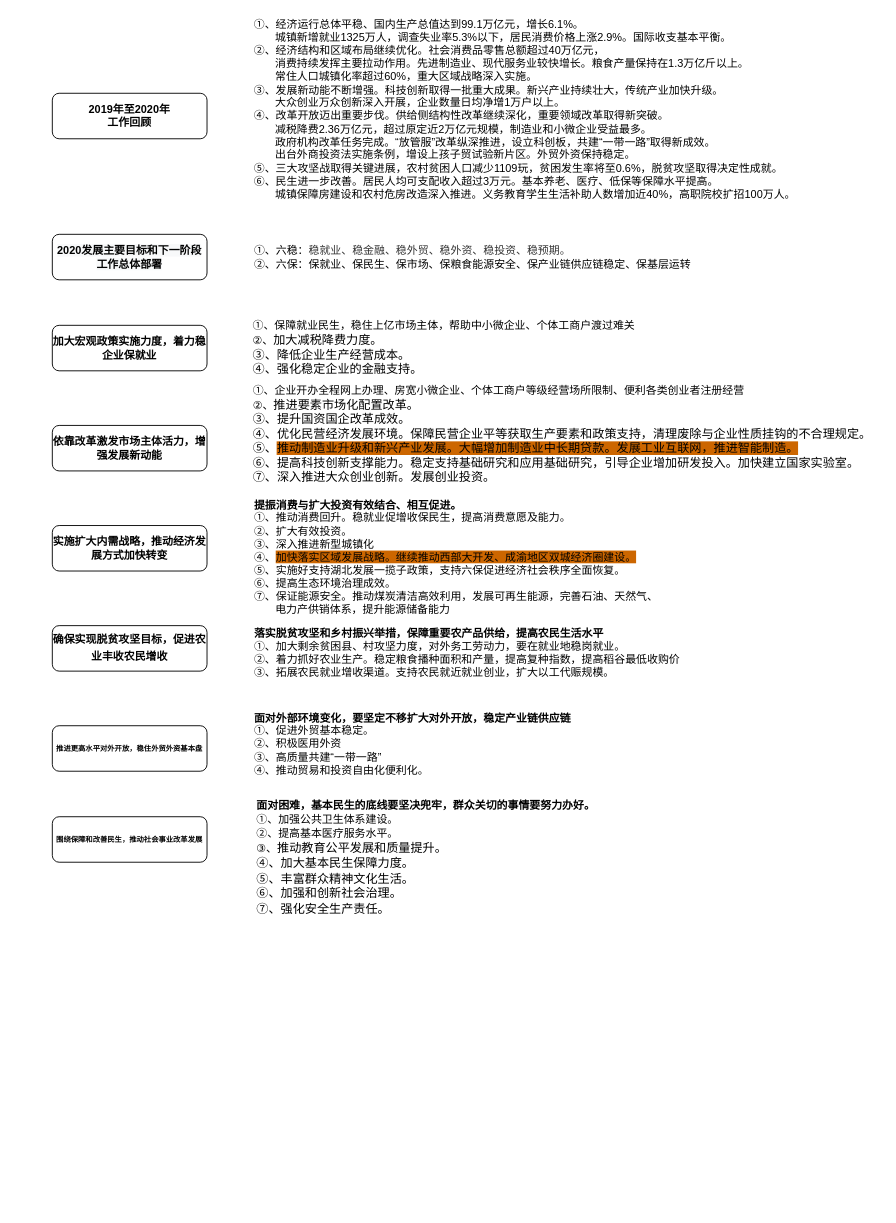
This is 2020经济分析.drawio from UTOUUCENTER-CD/draw.io, a draw.io file, before an edit. Source tidied: cells renumbered, new cells numbered last; positions are measured from the earlier drawing's top-left corner, leaving out a move shared by most shapes. Both pictures are drawn from the tidied source at 91%, with x=0, y=0 at pixel (52, 15).
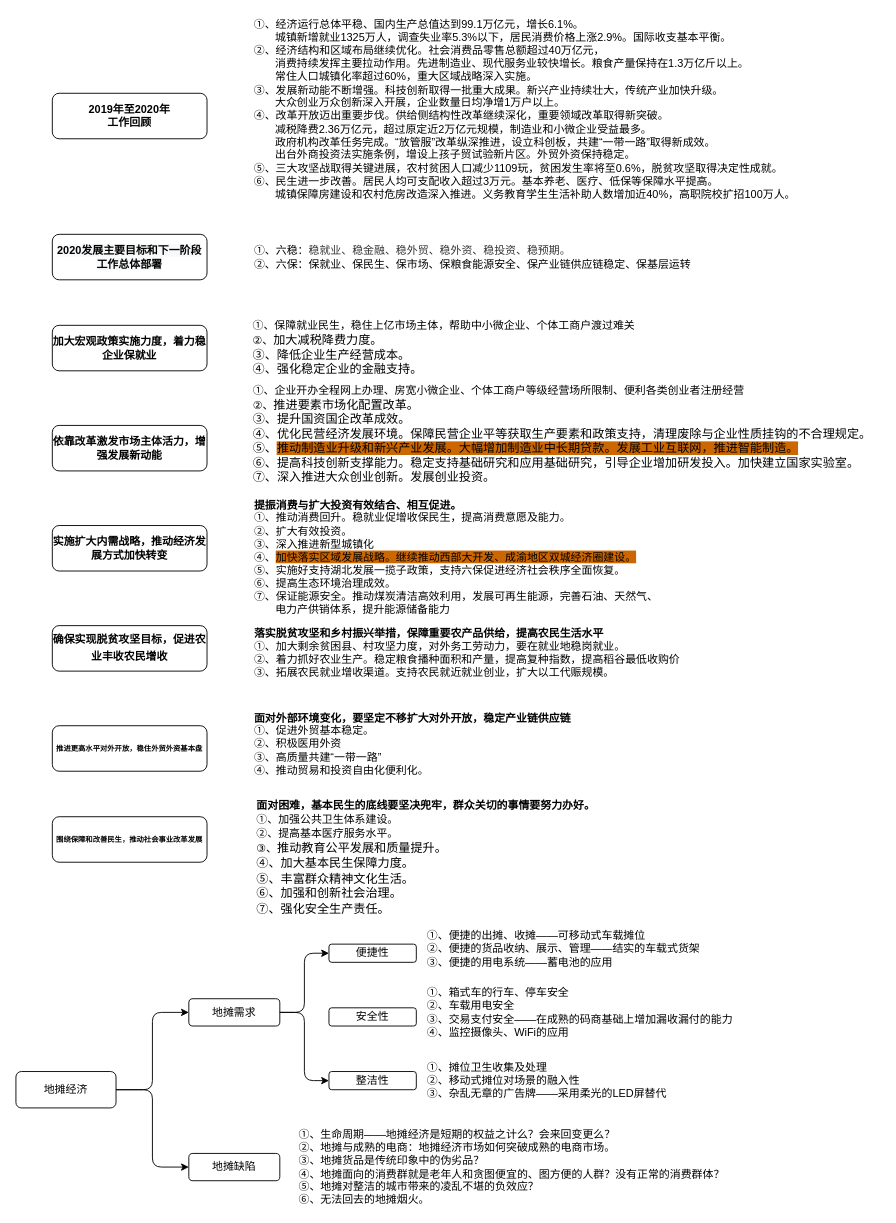
After the change.

Commit message:
更新2020经济分析.drawio

What changed in the source:
```diff
@@
+    <mxCell id="18" value="地摊经济" style="rounded=1;whiteSpace=wrap;html=1;" parent="1" vertex="1">
+      <mxGeometry x="-40" y="1160" width="110" height="40" as="geometry" />
+    </mxCell>
+    <mxCell id="19" value="地摊需求" style="rounded=1;whiteSpace=wrap;html=1;" parent="1" vertex="1">
+      <mxGeometry x="150" y="1080" width="100" height="30" as="geometry" />
+    </mxCell>
+    <mxCell id="20" value="地摊缺陷" style="rounded=1;whiteSpace=wrap;html=1;" parent="1" vertex="1">
+      <mxGeometry x="150" y="1250" width="100" height="30" as="geometry" />
+    </mxCell>
+    <mxCell id="21" value="便捷性" style="rounded=1;whiteSpace=wrap;html=1;" parent="1" vertex="1">
+      <mxGeometry x="304" y="1020" width="96" height="20" as="geometry" />
+    </mxCell>
+    <mxCell id="22" value="安全性" style="rounded=1;whiteSpace=wrap;html=1;" parent="1" vertex="1">
+      <mxGeometry x="304" y="1090" width="96" height="20" as="geometry" />
+    </mxCell>
+    <mxCell id="23" value="整洁性" style="rounded=1;whiteSpace=wrap;html=1;" parent="1" vertex="1">
+      <mxGeometry x="304" y="1160" width="96" height="20" as="geometry" />
+    </mxCell>
+    <mxCell id="24" value="①、便捷的出摊、收摊——可移动式车载摊位&lt;br&gt;②、便捷的货品收纳、展示、管理——结实的车载式货架&lt;br&gt;③、便捷的用电系统——蓄电池的应用" style="text;html=1;align=left;verticalAlign=middle;" parent="1" vertex="1">
+      <mxGeometry x="410" y="1000" width="320" height="50" as="geometry" />
+    </mxCell>
+    <mxCell id="25" value="①、箱式车的行车、停车安全&lt;br&gt;②、车载用电安全&lt;br&gt;③、交易支付安全——在成熟的码商基础上增加漏收漏付的能力&lt;br&gt;④、监控摄像头、WiFi的应用" style="text;html=1;align=left;verticalAlign=middle;" parent="1" vertex="1">
+      <mxGeometry x="410" y="1065" width="350" height="60" as="geometry" />
+    </mxCell>
+    <mxCell id="26" value="①、摊位卫生收集及处理&lt;br&gt;②、移动式摊位对场景的融入性&lt;br&gt;③、杂乱无章的广告牌——采用柔光的LED屏替代" style="text;html=1;align=left;verticalAlign=middle;" parent="1" vertex="1">
+      <mxGeometry x="410" y="1145" width="280" height="50" as="geometry" />
+    </mxCell>
+    <mxCell id="27" value="①、生命周期——地摊经济是短期的权益之计么？会来回变更么？&lt;br&gt;②、地摊与成熟的电商：地摊经济市场如何突破成熟的电商市场。&lt;br&gt;③、地摊货品是传统印象中的伪劣品？&lt;br&gt;④、地摊面向的消费群就是老年人和贪图便宜的、图方便的人群？没有正常的消费群体？&lt;br&gt;⑤、地摊对整洁的城市带来的凌乱不堪的负效应？&lt;br&gt;⑥、无法回去的地摊烟火。" style="text;html=1;align=left;verticalAlign=middle;" parent="1" vertex="1">
+      <mxGeometry x="269" y="1220" width="480" height="90" as="geometry" />
+    </mxCell>
+    <mxCell id="28" style="edgeStyle=elbowEdgeStyle;elbow=horizontal;endArrow=classic;html=1;exitX=1;exitY=0.5;exitDx=0;exitDy=0;entryX=0;entryY=0.5;entryDx=0;entryDy=0;" parent="1" edge="1" source="18" target="19">
+      <mxGeometry relative="1" as="geometry" />
+    </mxCell>
+    <mxCell id="29" style="edgeStyle=elbowEdgeStyle;elbow=horizontal;endArrow=classic;html=1;exitX=1;exitY=0.5;exitDx=0;exitDy=0;entryX=0;entryY=0.5;entryDx=0;entryDy=0;" parent="1" edge="1" source="18" target="20">
+      <mxGeometry relative="1" as="geometry" />
+    </mxCell>
+    <mxCell id="30" style="edgeStyle=elbowEdgeStyle;elbow=horizontal;endArrow=classic;html=1;exitX=1;exitY=0.5;exitDx=0;exitDy=0;entryX=0;entryY=0.5;entryDx=0;entryDy=0;" parent="1" edge="1" source="19" target="21">
+      <mxGeometry relative="1" as="geometry" />
+    </mxCell>
+    <mxCell id="31" style="edgeStyle=elbowEdgeStyle;elbow=horizontal;endArrow=classic;html=1;exitX=1;exitY=0.5;exitDx=0;exitDy=0;entryX=0;entryY=0.5;entryDx=0;entryDy=0;" parent="1" edge="1" source="19" target="23">
+      <mxGeometry relative="1" as="geometry" />
+    </mxCell>
```
